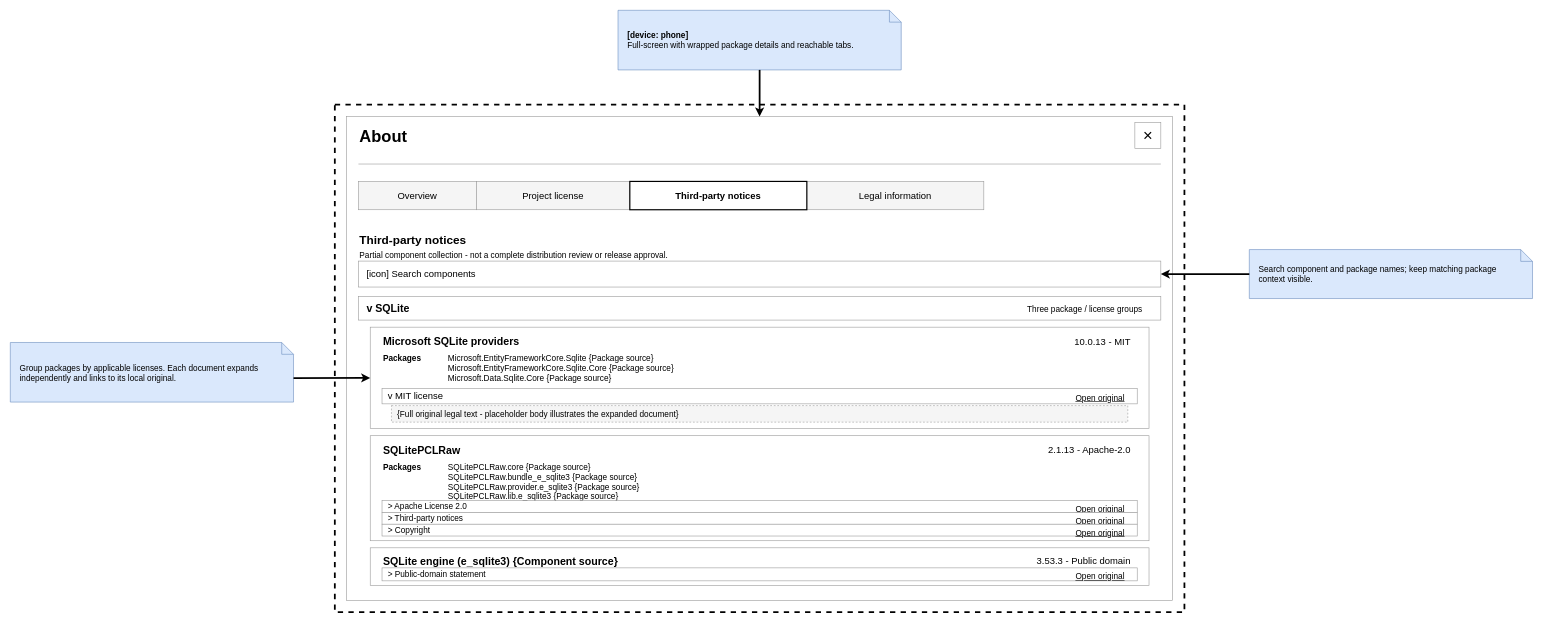
Above: docs/design/wireframes/about/about-notices-wireframe.drawio in eG-dev/MONkEY (draw.io), before the change. Source tidied: cells renumbered, new cells numbered last; positions are measured from the earlier drawing's top-left corner, leaving out a move shared by most shapes. Both pictures are drawn from the tidied source at 59%, with x=0, y=0 at pixel (10, 10).
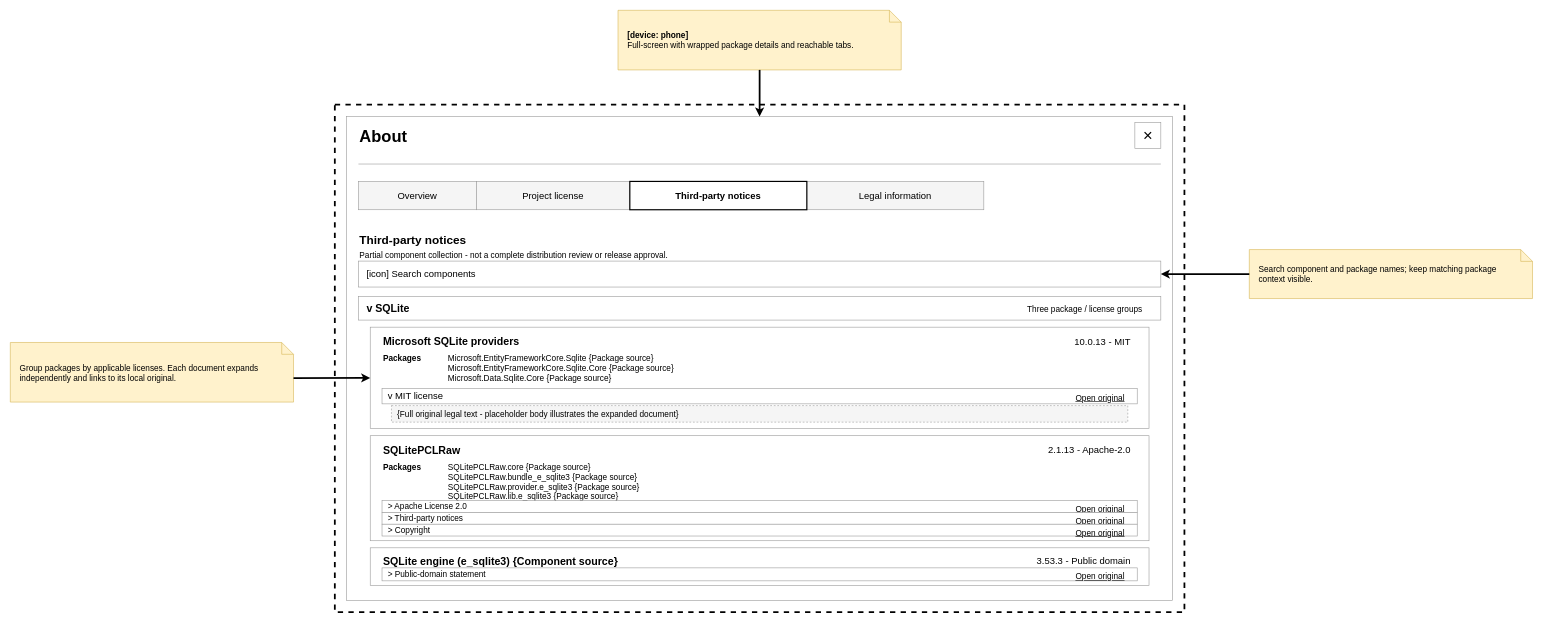
The same diagram, later.

Diff of the diagram source:
```diff
@@
-    <mxCell id="39" value="Search component and package names; keep matching package context visible." style="shape=note;whiteSpace=wrap;html=1;size=20;fillColor=#dae8fc;strokeColor=#6c8ebf;fontColor=#000000;fontFamily=Helvetica;fontSize=14;align=left;spacing=16;" parent="1" vertex="1">
+    <mxCell id="39" value="Search component and package names; keep matching package context visible." style="shape=note;whiteSpace=wrap;html=1;size=20;fillColor=#fff2cc;strokeColor=#d6b656;fontColor=#000000;fontFamily=Helvetica;fontSize=14;align=left;spacing=16;" parent="1" vertex="1">
       <mxGeometry x="2100" y="405.5" width="480" height="83" as="geometry" />
     </mxCell>
-    <mxCell id="40" value="Group packages by applicable licenses. Each document expands independently and links to its local original." style="shape=note;whiteSpace=wrap;html=1;size=20;fillColor=#dae8fc;strokeColor=#6c8ebf;fontColor=#000000;fontFamily=Helvetica;fontSize=14;align=left;spacing=16;" parent="1" vertex="1">
+    <mxCell id="40" value="Group packages by applicable licenses. Each document expands independently and links to its local original." style="shape=note;whiteSpace=wrap;html=1;size=20;fillColor=#fff2cc;strokeColor=#d6b656;fontColor=#000000;fontFamily=Helvetica;fontSize=14;align=left;spacing=16;" parent="1" vertex="1">
       <mxGeometry y="563" width="480" height="101" as="geometry" />
     </mxCell>
-    <mxCell id="41" value="&lt;b&gt;[device: phone]&lt;/b&gt;&lt;br&gt;Full-screen with wrapped package details and reachable tabs." style="shape=note;whiteSpace=wrap;html=1;size=20;fillColor=#dae8fc;strokeColor=#6c8ebf;fontColor=#000000;fontFamily=Helvetica;fontSize=14;align=left;spacing=16;" parent="1" vertex="1">
+    <mxCell id="41" value="&lt;b&gt;[device: phone]&lt;/b&gt;&lt;br&gt;Full-screen with wrapped package details and reachable tabs." style="shape=note;whiteSpace=wrap;html=1;size=20;fillColor=#fff2cc;strokeColor=#d6b656;fontColor=#000000;fontFamily=Helvetica;fontSize=14;align=left;spacing=16;" parent="1" vertex="1">
       <mxGeometry x="1030" width="480" height="101" as="geometry" />
     </mxCell>
```
